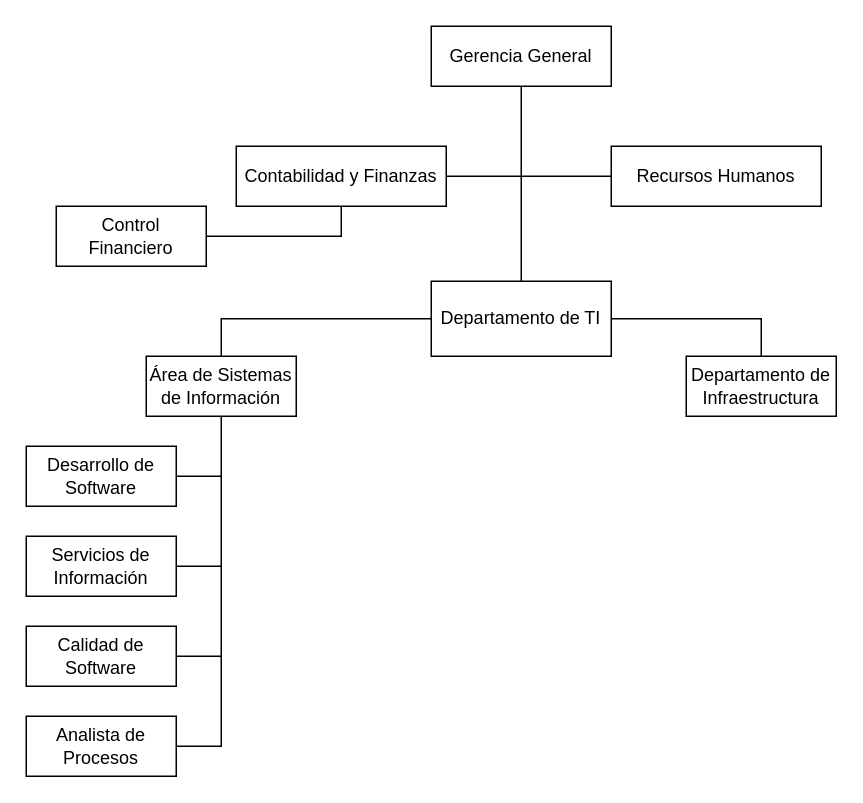
Before: page "O1" (1 of 2) of FS.drawio in HoliSoyTamo/Diagramas, a draw.io diagram. Source tidied: cells renumbered, new cells numbered last; positions are measured from the earlier drawing's top-left corner, leaving out a move shared by most shapes. Both pictures are drawn from the tidied source at 150%, with x=0, y=0 at pixel (26, 26).
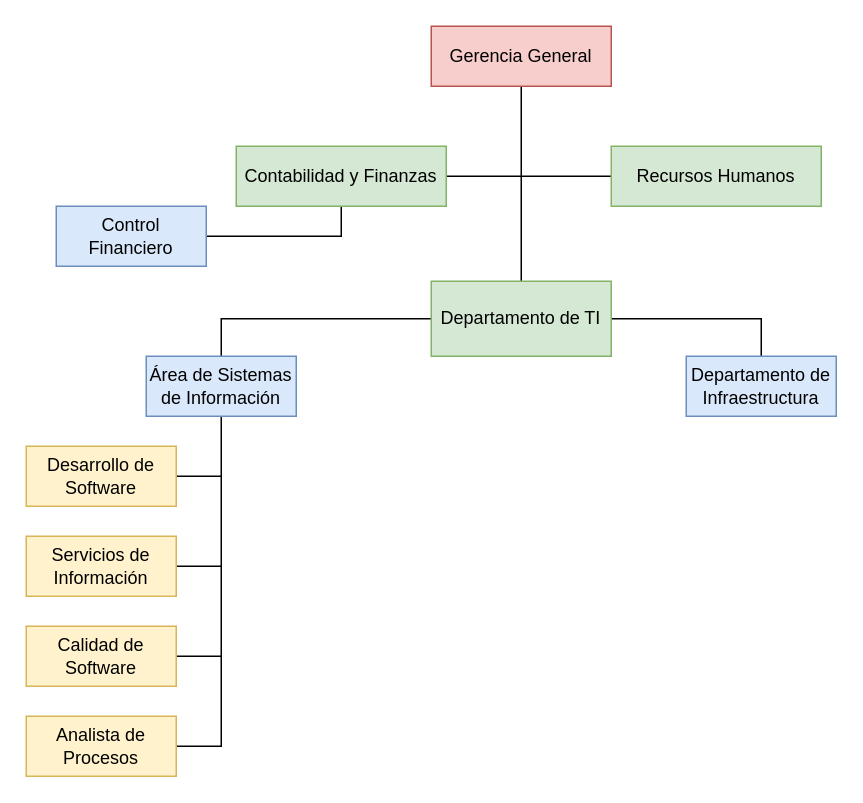
After the change.

Change to the diagram source:
```diff
@@
-    <mxCell id="3" value="Gerencia General" style="rounded=0;whiteSpace=wrap;html=1;" parent="1" vertex="1">
+    <mxCell id="3" value="Gerencia General" style="rounded=0;whiteSpace=wrap;html=1;fillColor=#f8cecc;strokeColor=#b85450;" parent="1" vertex="1">
       <mxGeometry x="270" width="120" height="40" as="geometry" />
     </mxCell>
@@
-    <mxCell id="6" value="Contabilidad y Finanzas" style="rounded=0;whiteSpace=wrap;html=1;" parent="1" vertex="1">
+    <mxCell id="6" value="Contabilidad y Finanzas" style="rounded=0;whiteSpace=wrap;html=1;fillColor=#d5e8d4;strokeColor=#82b366;" parent="1" vertex="1">
       <mxGeometry x="140" y="80" width="140" height="40" as="geometry" />
     </mxCell>
-    <mxCell id="7" value="Control Financiero" style="rounded=0;whiteSpace=wrap;html=1;" parent="1" vertex="1">
+    <mxCell id="7" value="Control Financiero" style="rounded=0;whiteSpace=wrap;html=1;fillColor=#dae8fc;strokeColor=#6c8ebf;" parent="1" vertex="1">
       <mxGeometry x="20" y="120" width="100" height="40" as="geometry" />
     </mxCell>
@@
-    <mxCell id="10" value="Desarrollo de Software" style="rounded=0;whiteSpace=wrap;html=1;" parent="1" vertex="1">
+    <mxCell id="10" value="Desarrollo de Software" style="rounded=0;whiteSpace=wrap;html=1;fillColor=#fff2cc;strokeColor=#d6b656;" parent="1" vertex="1">
       <mxGeometry y="280" width="100" height="40" as="geometry" />
     </mxCell>
@@
-    <mxCell id="12" value="Servicios de Información" style="rounded=0;whiteSpace=wrap;html=1;" parent="1" vertex="1">
+    <mxCell id="12" value="Servicios de Información" style="rounded=0;whiteSpace=wrap;html=1;fillColor=#fff2cc;strokeColor=#d6b656;" parent="1" vertex="1">
       <mxGeometry y="340" width="100" height="40" as="geometry" />
     </mxCell>
@@
-    <mxCell id="14" value="Calidad de Software" style="rounded=0;whiteSpace=wrap;html=1;" parent="1" vertex="1">
+    <mxCell id="14" value="Calidad de Software" style="rounded=0;whiteSpace=wrap;html=1;fillColor=#fff2cc;strokeColor=#d6b656;" parent="1" vertex="1">
       <mxGeometry y="400" width="100" height="40" as="geometry" />
     </mxCell>
@@
-    <mxCell id="17" value="Departamento de TI" style="rounded=0;whiteSpace=wrap;html=1;" parent="1" vertex="1">
+    <mxCell id="17" value="Departamento de TI" style="rounded=0;whiteSpace=wrap;html=1;fillColor=#d5e8d4;strokeColor=#82b366;" parent="1" vertex="1">
       <mxGeometry x="270" y="170" width="120" height="50" as="geometry" />
     </mxCell>
@@
-    <mxCell id="19" value="Recursos Humanos" style="rounded=0;whiteSpace=wrap;html=1;" parent="1" vertex="1">
+    <mxCell id="19" value="Recursos Humanos" style="rounded=0;whiteSpace=wrap;html=1;fillColor=#d5e8d4;strokeColor=#82b366;" parent="1" vertex="1">
       <mxGeometry x="390" y="80" width="140" height="40" as="geometry" />
     </mxCell>
-    <mxCell id="20" value="Área de Sistemas de Información" style="rounded=0;whiteSpace=wrap;html=1;" parent="1" vertex="1">
+    <mxCell id="20" value="Área de Sistemas de Información" style="rounded=0;whiteSpace=wrap;html=1;fillColor=#dae8fc;strokeColor=#6c8ebf;" parent="1" vertex="1">
       <mxGeometry x="80" y="220" width="100" height="40" as="geometry" />
     </mxCell>
-    <mxCell id="21" value="Analista de Procesos" style="rounded=0;whiteSpace=wrap;html=1;" parent="1" vertex="1">
+    <mxCell id="21" value="Analista de Procesos" style="rounded=0;whiteSpace=wrap;html=1;fillColor=#fff2cc;strokeColor=#d6b656;" parent="1" vertex="1">
       <mxGeometry y="460" width="100" height="40" as="geometry" />
     </mxCell>
-    <mxCell id="22" value="Departamento de Infraestructura" style="rounded=0;whiteSpace=wrap;html=1;" parent="1" vertex="1">
+    <mxCell id="22" value="Departamento de Infraestructura" style="rounded=0;whiteSpace=wrap;html=1;fillColor=#dae8fc;strokeColor=#6c8ebf;" parent="1" vertex="1">
       <mxGeometry x="440" y="220" width="100" height="40" as="geometry" />
     </mxCell>
```
